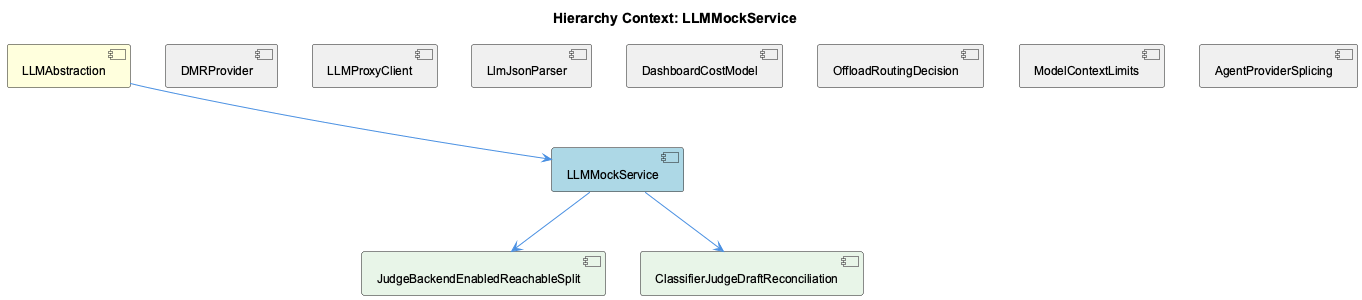
Above: knowledge-management/insights/images/llmmock-service-relationship.png in fwornle/coding (PlantUML), before the change.
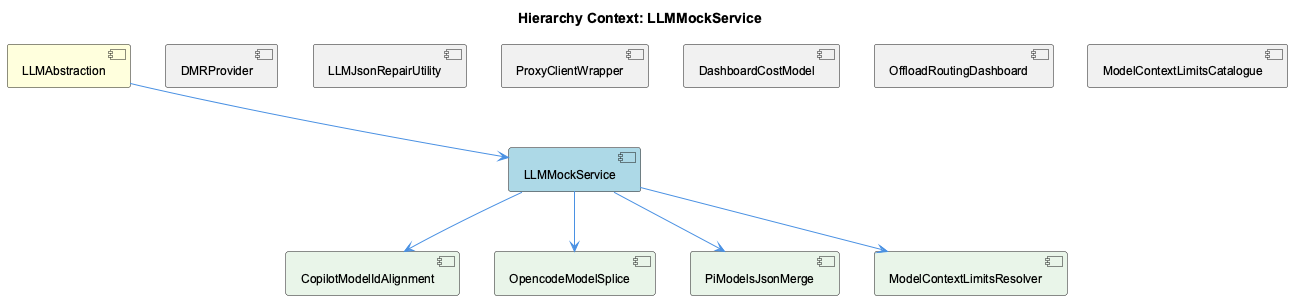
Later version of the same file.

Change to the diagram source:
```diff
@@ -6,24 +6,28 @@
 [LLMAbstraction] as llmabstraction #FFFFDD
 [LLMMockService] as llmmock_service #LightBlue
 [DMRProvider] as dmrprovider #F0F0F0
-[LLMProxyClient] as llmproxy_client #F0F0F0
-[LlmJsonParser] as llm_json_parser #F0F0F0
+[LLMJsonRepairUtility] as llmjson_repair_utility #F0F0F0
+[ProxyClientWrapper] as proxy_client_wrapper #F0F0F0
+[CopilotModelIdAlignment] as copilot_model_id_alignment #F0F0F0
 [DashboardCostModel] as dashboard_cost_model #F0F0F0
-[OffloadRoutingDecision] as offload_routing_decision #F0F0F0
-[ModelContextLimits] as model_context_limits #F0F0F0
-[AgentProviderSplicing] as agent_provider_splicing #F0F0F0
-[JudgeBackendEnabledReachableSplit] as judge_backend_enabled_reachable_split #E8F5E8
-[ClassifierJudgeDraftReconciliation] as classifier_judge_draft_reconciliation #E8F5E8
+[OffloadRoutingDashboard] as offload_routing_dashboard #F0F0F0
+[ModelContextLimitsCatalogue] as model_context_limits_catalogue #F0F0F0
+[CopilotModelIdAlignment] as copilot_model_id_alignment #E8F5E8
+[OpencodeModelSplice] as opencode_model_splice #E8F5E8
+[PiModelsJsonMerge] as pi_models_json_merge #E8F5E8
+[ModelContextLimitsResolver] as model_context_limits_resolver #E8F5E8
 
 llmabstraction --> llmmock_service
 dmrprovider -[hidden]- llmmock_service
-llmproxy_client -[hidden]- llmmock_service
-llm_json_parser -[hidden]- llmmock_service
+llmjson_repair_utility -[hidden]- llmmock_service
+proxy_client_wrapper -[hidden]- llmmock_service
+copilot_model_id_alignment -[hidden]- llmmock_service
 dashboard_cost_model -[hidden]- llmmock_service
-offload_routing_decision -[hidden]- llmmock_service
-model_context_limits -[hidden]- llmmock_service
-agent_provider_splicing -[hidden]- llmmock_service
-llmmock_service --> judge_backend_enabled_reachable_split
-llmmock_service --> classifier_judge_draft_reconciliation
+offload_routing_dashboard -[hidden]- llmmock_service
+model_context_limits_catalogue -[hidden]- llmmock_service
+llmmock_service --> copilot_model_id_alignment
+llmmock_service --> opencode_model_splice
+llmmock_service --> pi_models_json_merge
+llmmock_service --> model_context_limits_resolver
 
 @enduml
```
